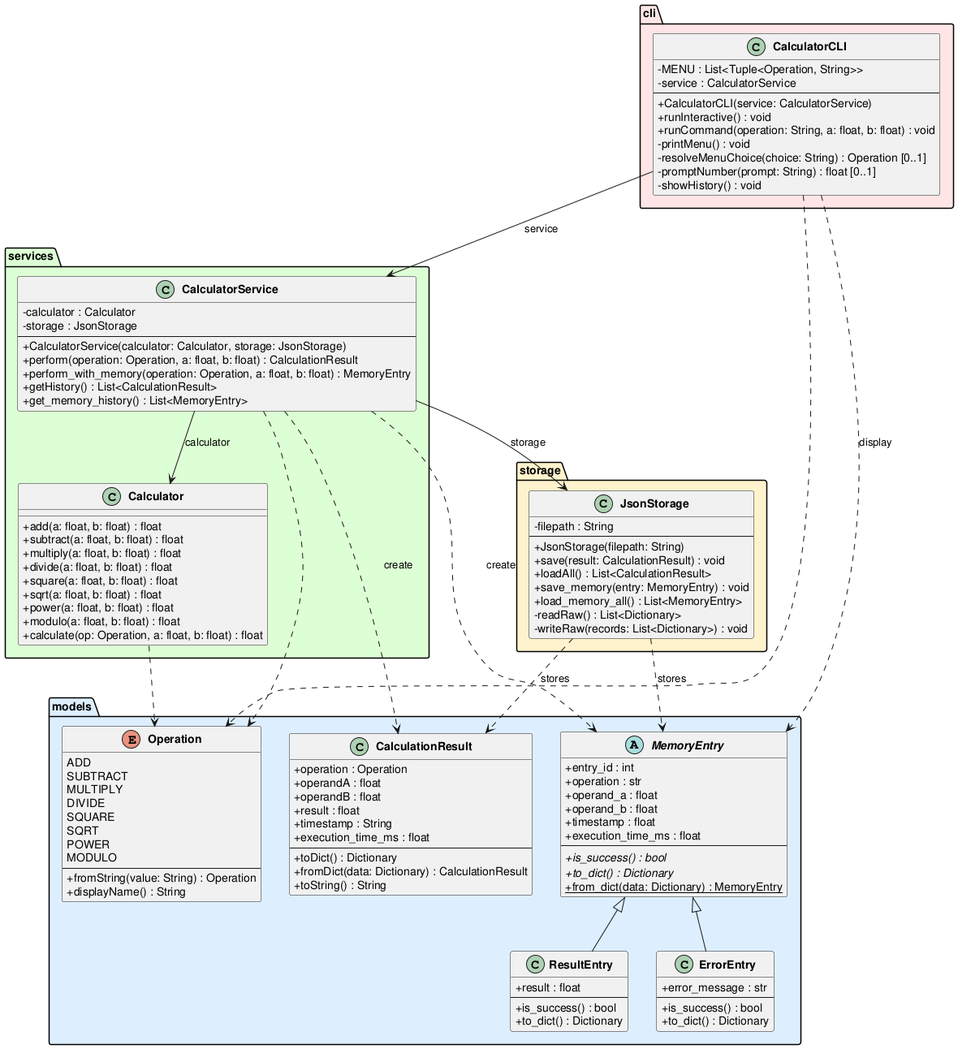
The PlantUML diagram experiments/broadcast/user_stories/calculator/artifacts/class_diagram.png in DanielRiha8906/Software_autoevolution_using_agents, before a commit.
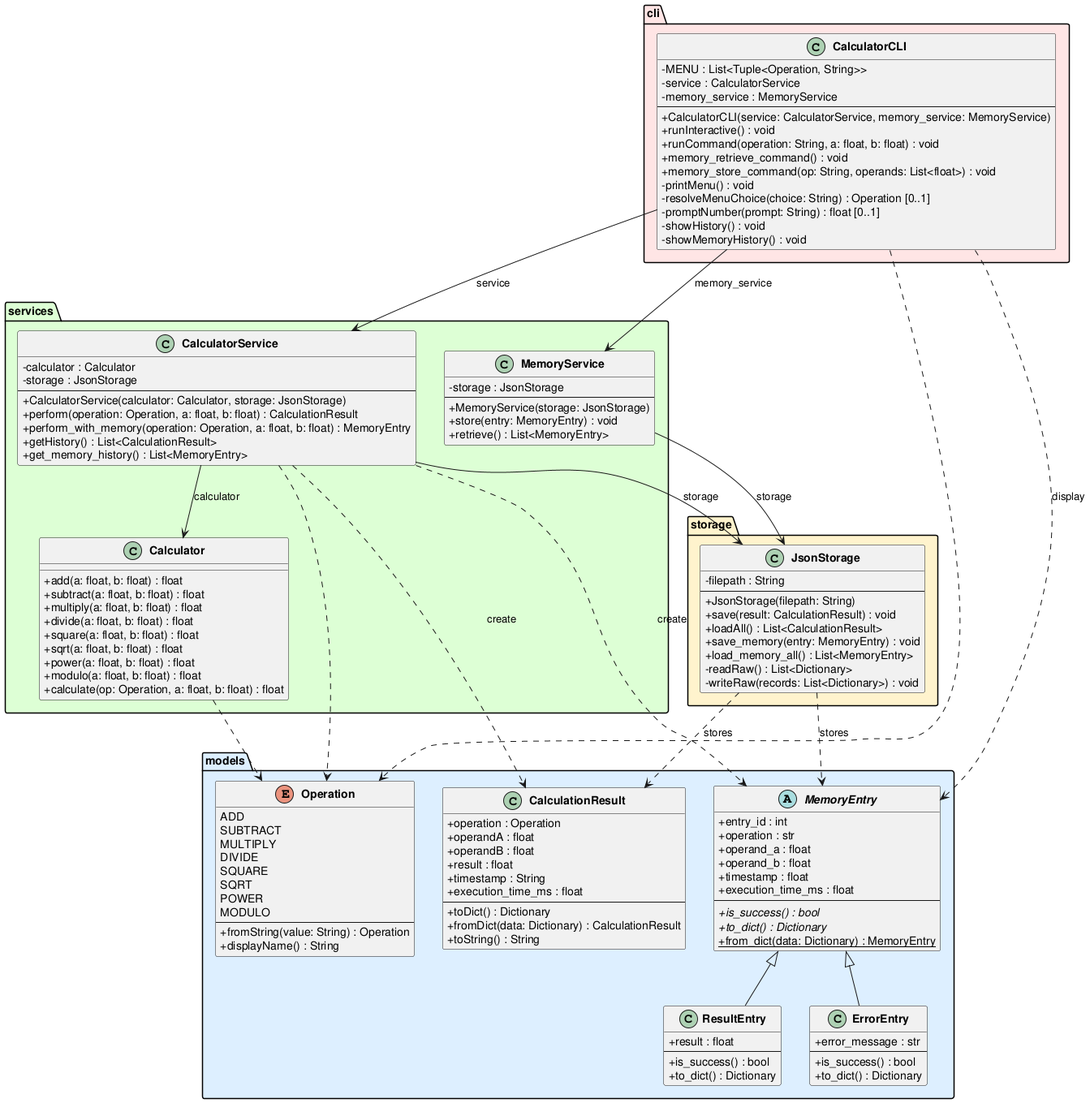
The same file after the commit.

The edit, as a diff of the source:
```diff
@@ -85,6 +85,14 @@
         +getHistory() : List<CalculationResult>
         +get_memory_history() : List<MemoryEntry>
     }
+
+    class MemoryService {
+        -storage : JsonStorage
+        --
+        +MemoryService(storage: JsonStorage)
+        +store(entry: MemoryEntry) : void
+        +retrieve() : List<MemoryEntry>
+    }
 }
 
 package "storage" #FFF3CC {
@@ -105,20 +113,26 @@
     class CalculatorCLI {
         -MENU : List<Tuple<Operation, String>>
         -service : CalculatorService
+        -memory_service : MemoryService
         --
-        +CalculatorCLI(service: CalculatorService)
+        +CalculatorCLI(service: CalculatorService, memory_service: MemoryService)
         +runInteractive() : void
         +runCommand(operation: String, a: float, b: float) : void
+        +memory_retrieve_command() : void
+        +memory_store_command(op: String, operands: List<float>) : void
         -printMenu() : void
         -resolveMenuChoice(choice: String) : Operation [0..1]
         -promptNumber(prompt: String) : float [0..1]
         -showHistory() : void
+        -showMemoryHistory() : void
     }
 }
 
 CalculatorCLI --> CalculatorService : service
+CalculatorCLI --> MemoryService : memory_service
 CalculatorService --> Calculator : calculator
 CalculatorService --> JsonStorage : storage
+MemoryService --> JsonStorage : storage
 
 CalculatorService ..> CalculationResult : create
 CalculatorService ..> MemoryEntry : create
```
